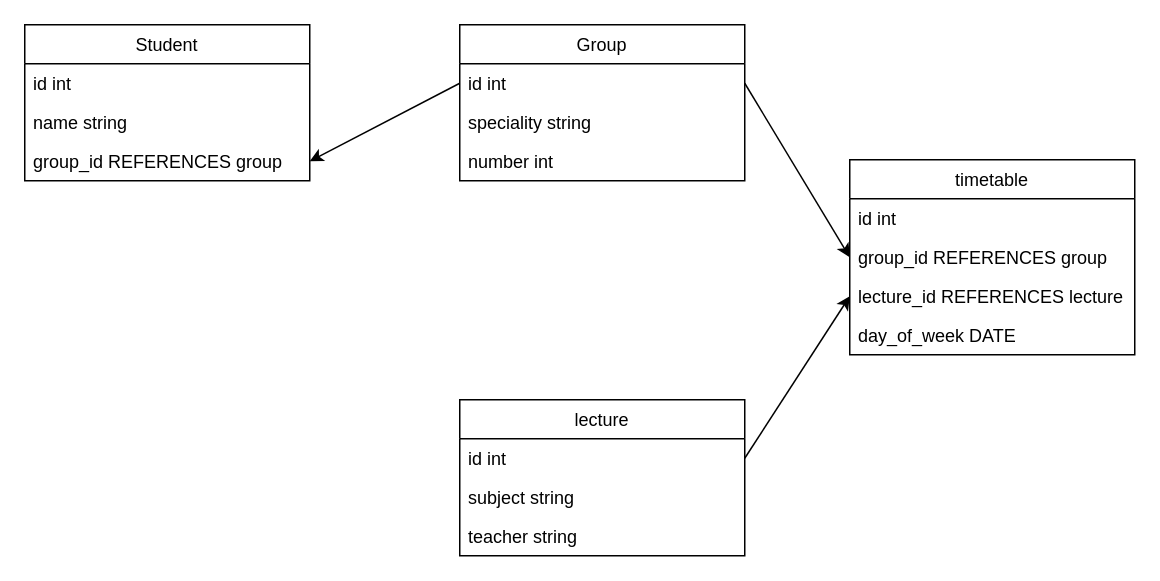
Earlier version of the draw.io diagram Untitled Diagram.drawio (Milexe/Test_task_Elinext). Source tidied: cells renumbered, new cells numbered last; positions are measured from the earlier drawing's top-left corner, leaving out a move shared by most shapes. Both pictures are drawn from the tidied source at 150%, with x=0, y=0 at pixel (24, 24).
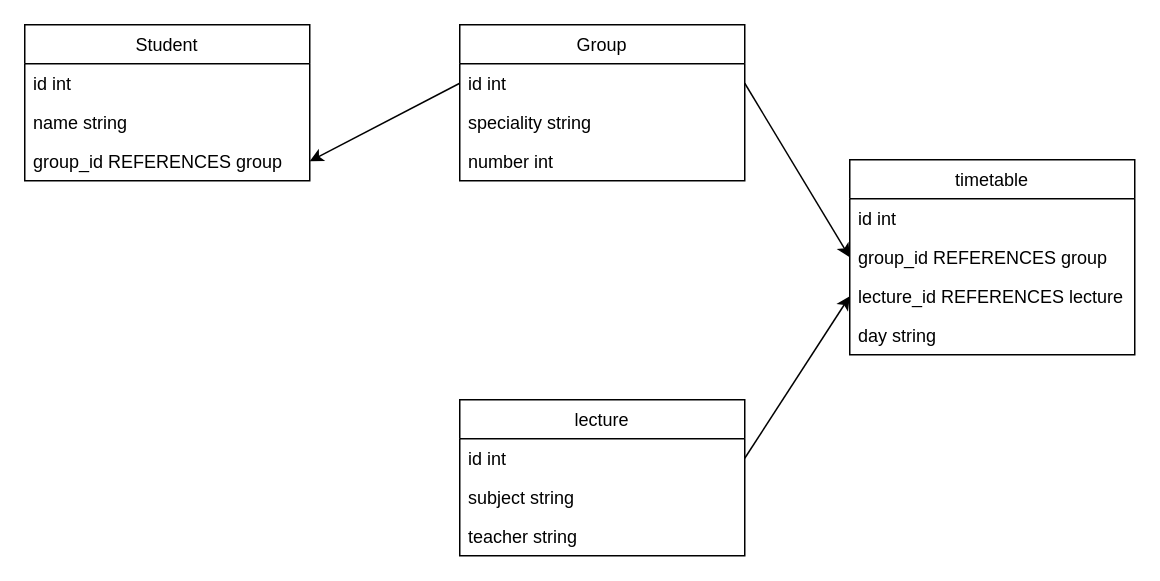
The same diagram, later.

Unchanged cells that the change refers to:
```xml
<mxCell id="15" value="timetable" style="swimlane;fontStyle=0;horizontal=1;startSize=26;fillColor=none;" parent="1" vertex="1">
  <mxGeometry x="550" y="90" width="190" height="130" as="geometry" />
</mxCell>
```

The edit, as a diff of the source:
```diff
@@
-    <mxCell id="19" value="day_of_week DATE" style="text;strokeColor=none;fillColor=none;align=left;verticalAlign=top;spacingLeft=4;spacingRight=4;overflow=hidden;" parent="15" vertex="1">
+    <mxCell id="19" value="day string" style="text;strokeColor=none;fillColor=none;align=left;verticalAlign=top;spacingLeft=4;spacingRight=4;overflow=hidden;" parent="15" vertex="1">
       <mxGeometry y="104" width="190" height="26" as="geometry" />
     </mxCell>
```
